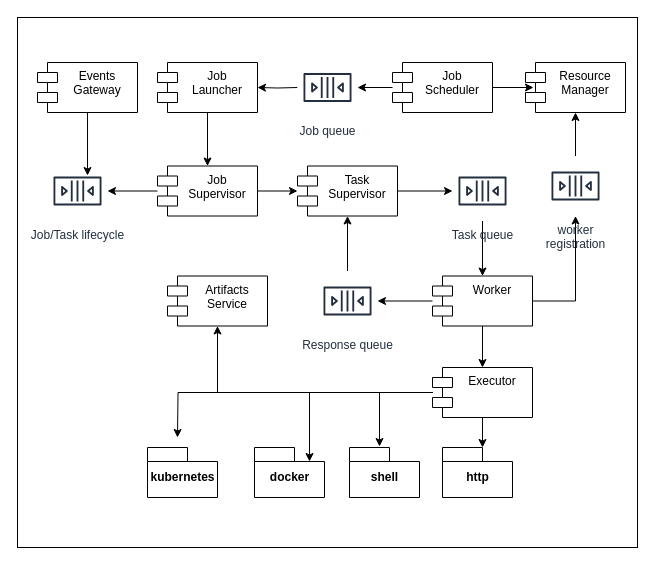
This is page "Page-2" (2 of 2) of formicary.drawio from bhatti/Aeron, a draw.io file, before an edit. Source tidied: cells renumbered, new cells numbered last; positions are measured from the earlier drawing's top-left corner, leaving out a move shared by most shapes. Both pictures are drawn from the tidied source at 100%, with x=0, y=0 at pixel (17, 17).
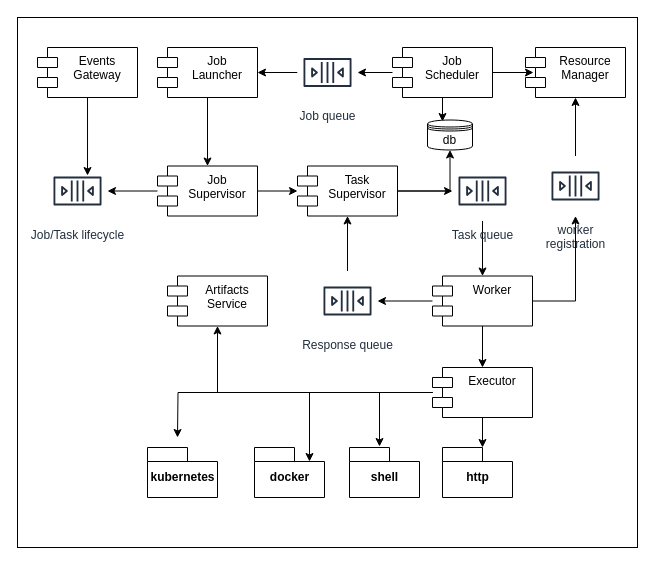
Above is the later version.

The change refers to these unchanged cells:
```xml
<mxCell id="13" value="Task&#10;Supervisor" style="shape=module;align=left;spacingLeft=20;align=center;verticalAlign=top;" parent="1" vertex="1">
  <mxGeometry x="280" y="148.5" width="100" height="50" as="geometry" />
</mxCell>
```

What changed in the source:
```diff
@@
-    <mxCell id="3" style="edgeStyle=orthogonalEdgeStyle;rounded=0;jettySize=auto;html=1;entryX=1;entryY=0.5;entryDx=0;entryDy=0;" parent="1" edge="1" target="8">
-      <mxGeometry relative="1" as="geometry">
-        <mxPoint x="280" y="70" as="sourcePoint" />
-      </mxGeometry>
-    </mxCell>
@@
+    <mxCell id="40" style="edgeStyle=orthogonalEdgeStyle;rounded=0;jettySize=auto;html=1;entryX=0.333;entryY=0.05;entryDx=0;entryDy=0;entryPerimeter=0;" parent="1" edge="1" source="6" target="43">
+      <mxGeometry relative="1" as="geometry" />
+    </mxCell>
     <mxCell id="6" value="Job&#10;Scheduler" style="shape=module;align=left;spacingLeft=20;align=center;verticalAlign=top;" parent="1" vertex="1">
-      <mxGeometry x="375" y="45" width="100" height="50" as="geometry" />
+      <mxGeometry x="375" y="30" width="100" height="50" as="geometry" />
     </mxCell>
@@
     <mxCell id="8" value="Job &#10;Launcher" style="shape=module;align=left;spacingLeft=20;align=center;verticalAlign=top;" parent="1" vertex="1">
-      <mxGeometry x="140" y="45" width="100" height="50" as="geometry" />
+      <mxGeometry x="140" y="30" width="100" height="50" as="geometry" />
     </mxCell>
@@
+    <mxCell id="41" style="edgeStyle=orthogonalEdgeStyle;rounded=0;jettySize=auto;html=1;" parent="1" edge="1" source="13" target="43">
+      <mxGeometry relative="1" as="geometry" />
+    </mxCell>
@@
+    <mxCell id="42" style="edgeStyle=orthogonalEdgeStyle;rounded=0;jettySize=auto;html=1;entryX=1;entryY=0.5;entryDx=0;entryDy=0;" parent="1" edge="1" source="14" target="8">
+      <mxGeometry relative="1" as="geometry" />
+    </mxCell>
     <mxCell id="14" value="Job queue" style="outlineConnect=0;fontColor=#232F3E;gradientColor=none;strokeColor=#232F3E;fillColor=#ffffff;dashed=0;verticalLabelPosition=bottom;verticalAlign=top;align=center;html=1;fontSize=12;fontStyle=0;shape=mxgraph.aws4.resourceIcon;resIcon=mxgraph.aws4.queue;" parent="1" vertex="1">
-      <mxGeometry x="280" y="40" width="60" height="60" as="geometry" />
+      <mxGeometry x="280" y="25" width="60" height="60" as="geometry" />
     </mxCell>
@@
     <mxCell id="36" value="Events&#10;Gateway" style="shape=module;align=left;spacingLeft=20;align=center;verticalAlign=top;" parent="1" vertex="1">
-      <mxGeometry x="20" y="45" width="100" height="50" as="geometry" />
+      <mxGeometry x="20" y="30" width="100" height="50" as="geometry" />
     </mxCell>
     <mxCell id="37" value="Resource&#10;Manager" style="shape=module;align=left;spacingLeft=20;align=center;verticalAlign=top;" parent="1" vertex="1">
-      <mxGeometry x="508" y="45" width="100" height="50" as="geometry" />
+      <mxGeometry x="508" y="30" width="100" height="50" as="geometry" />
     </mxCell>
@@
+    <mxCell id="43" value="db" style="shape=datastore;whiteSpace=wrap;html=1;" parent="1" vertex="1">
+      <mxGeometry x="410" y="102.5" width="45" height="30" as="geometry" />
+    </mxCell>
```
